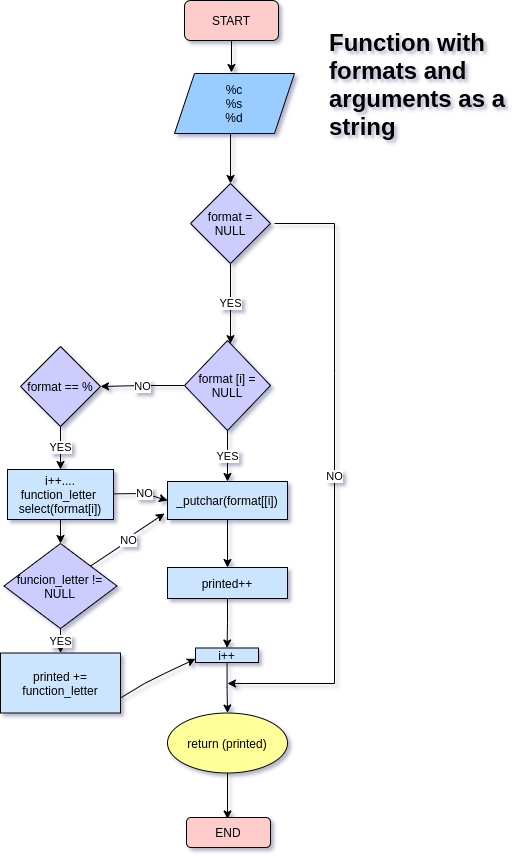
This is PRINT F - 1.drawio.png from NELSONANDREY/printf, a draw.io export, as it was before one commit. Source tidied: cells renumbered, new cells last; positions are measured from the earlier drawing's top-left corner, leaving out a move shared by most shapes.
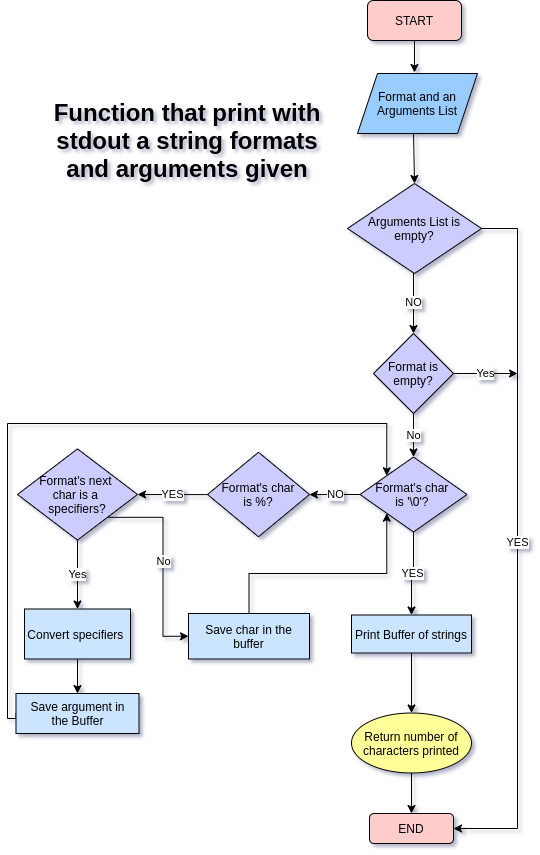
After the commit.

Change to the diagram source:
```diff
@@ -5,22 +5,21 @@
     <mxCell id="2" value="START" style="rounded=1;whiteSpace=wrap;html=1;fillColor=#FFCCCC;" parent="1" vertex="1">
       <mxGeometry x="184" width="94" height="40" as="geometry" />
     </mxCell>
-    <mxCell id="3" value="&lt;h1&gt;Function with formats and arguments as a string&lt;/h1&gt;" style="text;html=1;strokeColor=none;fillColor=none;spacing=5;spacingTop=-20;whiteSpace=wrap;overflow=hidden;rounded=0;" parent="1" vertex="1">
-      <mxGeometry x="324" y="23" width="190" height="120" as="geometry" />
+    <mxCell id="3" value="&lt;h1&gt;Function that print with stdout a string formats and arguments given&lt;/h1&gt;" style="text;html=1;strokeColor=none;fillColor=none;spacing=5;spacingTop=-20;whiteSpace=wrap;overflow=hidden;rounded=0;align=center;" parent="1" vertex="1">
+      <mxGeometry x="-146" y="93" width="300" height="120" as="geometry" />
     </mxCell>
-    <mxCell id="4" value="%c&lt;br&gt;%s&lt;br&gt;%d" style="shape=parallelogram;perimeter=parallelogramPerimeter;whiteSpace=wrap;html=1;fixedSize=1;fillColor=#99CCFF;" parent="1" vertex="1">
+    <mxCell id="4" value="Format and an Arguments List" style="shape=parallelogram;perimeter=parallelogramPerimeter;whiteSpace=wrap;html=1;fixedSize=1;fillColor=#99CCFF;" parent="1" vertex="1">
       <mxGeometry x="174" y="73" width="120" height="60" as="geometry" />
     </mxCell>
-    <mxCell id="5" value="YES" style="edgeStyle=orthogonalEdgeStyle;rounded=0;jettySize=auto;html=1;" parent="1" edge="1" source="6" target="11">
+    <mxCell id="5" value="NO" style="edgeStyle=orthogonalEdgeStyle;rounded=0;jettySize=auto;html=1;entryX=0.5;entryY=0;entryDx=0;entryDy=0;" parent="1" edge="1" source="6" target="39">
       <mxGeometry relative="1" as="geometry">
         <Array as="points">
-          <mxPoint x="230" y="303" />
-          <mxPoint x="230" y="303" />
+          <mxPoint x="230" y="223" />
         </Array>
       </mxGeometry>
     </mxCell>
-    <mxCell id="6" value="format = NULL" style="rhombus;whiteSpace=wrap;html=1;fillColor=#CCCCFF;" parent="1" vertex="1">
-      <mxGeometry x="190" y="183" width="80" height="80" as="geometry" />
+    <mxCell id="6" value="Arguments List is empty?" style="rhombus;whiteSpace=wrap;html=1;fillColor=#CCCCFF;" parent="1" vertex="1">
+      <mxGeometry x="164" y="183" width="134" height="90" as="geometry" />
     </mxCell>
     <mxCell id="7" style="endArrow=classic;html=1;rounded=0;entryX=0.558;entryY=-0.017;entryDx=0;entryDy=0;entryPerimeter=0;exitX=0.5;exitY=1;exitDx=0;exitDy=0;" parent="1" edge="1" source="2">
       <mxGeometry relative="1" as="geometry">
@@ -36,96 +35,87 @@
     <mxCell id="10" value="YES" style="edgeStyle=orthogonalEdgeStyle;rounded=0;jettySize=auto;html=1;" parent="1" edge="1" source="11" target="20">
       <mxGeometry relative="1" as="geometry" />
     </mxCell>
-    <mxCell id="11" value="format [i] = NULL" style="rhombus;whiteSpace=wrap;html=1;fillColor=#CCCCFF;" parent="1" vertex="1">
-      <mxGeometry x="184" y="340" width="86" height="90" as="geometry" />
+    <mxCell id="11" value="Format's char &lt;br&gt;is '\0'?&amp;nbsp;" style="rhombus;whiteSpace=wrap;html=1;fillColor=#CCCCFF;" parent="1" vertex="1">
+      <mxGeometry x="176.5" y="456.5" width="107" height="75" as="geometry" />
     </mxCell>
-    <mxCell id="12" value="YES" style="edgeStyle=orthogonalEdgeStyle;rounded=0;jettySize=auto;html=1;" parent="1" edge="1" source="13" target="15">
+    <mxCell id="12" value="YES" style="edgeStyle=orthogonalEdgeStyle;rounded=0;jettySize=auto;html=1;entryX=1;entryY=0.5;entryDx=0;entryDy=0;" parent="1" edge="1" source="13" target="42">
       <mxGeometry relative="1" as="geometry" />
     </mxCell>
-    <mxCell id="13" value="format == %" style="rhombus;whiteSpace=wrap;html=1;fillColor=#CCCCFF;" parent="1" vertex="1">
-      <mxGeometry x="20" y="346" width="80" height="80" as="geometry" />
+    <mxCell id="13" value="Format's char&lt;br&gt;is %?" style="rhombus;whiteSpace=wrap;html=1;fillColor=#CCCCFF;" parent="1" vertex="1">
+      <mxGeometry x="24" y="451.8" width="102" height="84.5" as="geometry" />
     </mxCell>
-    <mxCell id="14" style="edgeStyle=orthogonalEdgeStyle;rounded=0;jettySize=auto;html=1;" parent="1" edge="1" source="15" target="17">
-      <mxGeometry relative="1" as="geometry" />
-    </mxCell>
+    <mxCell id="33" style="edgeStyle=orthogonalEdgeStyle;rounded=0;jettySize=auto;html=1;entryX=0;entryY=0;entryDx=0;entryDy=0;exitX=0;exitY=0.5;exitDx=0;exitDy=0;" parent="1" edge="1" source="43" target="11">
+      <mxGeometry relative="1" as="geometry">
+        <Array as="points">
+          <mxPoint x="-176" y="718" />
+          <mxPoint x="-176" y="423" />
+          <mxPoint x="203" y="423" />
+        </Array>
+      </mxGeometry>
+    </mxCell>
+    <mxCell id="34" style="edgeStyle=orthogonalEdgeStyle;rounded=0;jettySize=auto;html=1;entryX=0.5;entryY=0;entryDx=0;entryDy=0;" parent="1" edge="1" source="15" target="43">
+      <mxGeometry relative="1" as="geometry" />
+    </mxCell>
-    <mxCell id="15" value="i++....&lt;br&gt;function_letter&amp;nbsp; select(format[i])" style="whiteSpace=wrap;html=1;fillColor=#CCE5FF;" parent="1" vertex="1">
-      <mxGeometry x="7" y="469" width="106" height="50" as="geometry" />
+    <mxCell id="15" value="Convert specifiers&amp;nbsp;" style="whiteSpace=wrap;html=1;fillColor=#CCE5FF;" parent="1" vertex="1">
+      <mxGeometry x="-159" y="608.5" width="106" height="50" as="geometry" />
     </mxCell>
-    <mxCell id="16" value="YES" style="edgeStyle=orthogonalEdgeStyle;rounded=0;jettySize=auto;html=1;" parent="1" edge="1" source="17" target="18">
-      <mxGeometry relative="1" as="geometry" />
-    </mxCell>
-    <mxCell id="17" value="&lt;span&gt;funcion_letter != NULL&lt;/span&gt;" style="rhombus;whiteSpace=wrap;html=1;fillColor=#CCCCFF;" parent="1" vertex="1">
-      <mxGeometry x="3.5" y="543" width="113" height="85" as="geometry" />
-    </mxCell>
+    <mxCell id="35" style="edgeStyle=orthogonalEdgeStyle;rounded=0;jettySize=auto;html=1;entryX=0;entryY=1;entryDx=0;entryDy=0;" parent="1" edge="1" source="18" target="11">
+      <mxGeometry relative="1" as="geometry">
+        <Array as="points">
+          <mxPoint x="66" y="573" />
+          <mxPoint x="203" y="573" />
+        </Array>
+      </mxGeometry>
+    </mxCell>
-    <mxCell id="18" value="&lt;span&gt;printed +=&lt;/span&gt;&lt;br&gt;&lt;span&gt;function_letter&lt;/span&gt;" style="whiteSpace=wrap;html=1;fillColor=#CCE5FF;" parent="1" vertex="1">
-      <mxGeometry y="652.5" width="120" height="60" as="geometry" />
+    <mxCell id="18" value="Save char in the buffer" style="whiteSpace=wrap;html=1;fillColor=#CCE5FF;" parent="1" vertex="1">
+      <mxGeometry x="5" y="613" width="121" height="45.5" as="geometry" />
     </mxCell>
-    <mxCell id="19" style="edgeStyle=orthogonalEdgeStyle;rounded=0;jettySize=auto;html=1;" parent="1" edge="1" source="20" target="22">
-      <mxGeometry relative="1" as="geometry" />
-    </mxCell>
+    <mxCell id="36" style="edgeStyle=orthogonalEdgeStyle;rounded=0;jettySize=auto;html=1;entryX=0.5;entryY=0;entryDx=0;entryDy=0;" parent="1" edge="1" source="20" target="26">
+      <mxGeometry relative="1" as="geometry" />
+    </mxCell>
-    <mxCell id="20" value="_putchar(format[[i])" style="whiteSpace=wrap;html=1;fillColor=#CCE5FF;" parent="1" vertex="1">
-      <mxGeometry x="167" y="481" width="120" height="38" as="geometry" />
+    <mxCell id="20" value="Print Buffer of strings" style="whiteSpace=wrap;html=1;fillColor=#CCE5FF;" parent="1" vertex="1">
+      <mxGeometry x="168" y="614.5" width="120" height="38" as="geometry" />
     </mxCell>
-    <mxCell id="21" style="edgeStyle=orthogonalEdgeStyle;rounded=0;jettySize=auto;html=1;" parent="1" edge="1" source="22" target="24">
-      <mxGeometry relative="1" as="geometry" />
-    </mxCell>
-    <mxCell id="22" value="printed++" style="whiteSpace=wrap;html=1;fillColor=#CCE5FF;" parent="1" vertex="1">
-      <mxGeometry x="167" y="567" width="120" height="31" as="geometry" />
-    </mxCell>
-    <mxCell id="23" style="edgeStyle=orthogonalEdgeStyle;rounded=0;jettySize=auto;html=1;" parent="1" edge="1" source="24" target="26">
-      <mxGeometry relative="1" as="geometry" />
-    </mxCell>
-    <mxCell id="24" value="i++" style="whiteSpace=wrap;html=1;fillColor=#CCE5FF;" parent="1" vertex="1">
-      <mxGeometry x="195" y="647.5" width="63" height="14.5" as="geometry" />
-    </mxCell>
-    <mxCell id="25" style="edgeStyle=orthogonalEdgeStyle;rounded=0;jettySize=auto;html=1;" parent="1" edge="1" source="26">
-      <mxGeometry relative="1" as="geometry">
-        <mxPoint x="227" y="818.5" as="targetPoint" />
-      </mxGeometry>
+    <mxCell id="25" style="edgeStyle=orthogonalEdgeStyle;rounded=0;jettySize=auto;html=1;entryX=0.5;entryY=0;entryDx=0;entryDy=0;" parent="1" edge="1" source="26" target="30">
+      <mxGeometry relative="1" as="geometry" />
     </mxCell>
-    <mxCell id="26" value="return (printed)" style="ellipse;whiteSpace=wrap;html=1;fillColor=#FFFF99;" parent="1" vertex="1">
-      <mxGeometry x="167" y="712.5" width="120" height="60" as="geometry" />
+    <mxCell id="26" value="Return number of characters printed" style="ellipse;whiteSpace=wrap;html=1;fillColor=#FFFF99;" parent="1" vertex="1">
+      <mxGeometry x="168" y="712.5" width="120" height="60" as="geometry" />
     </mxCell>
-    <mxCell id="27" value="NO" style="endArrow=classic;html=1;rounded=0;" parent="1" edge="1">
+    <mxCell id="27" value="YES" style="endArrow=classic;html=1;rounded=0;entryX=1;entryY=0.5;entryDx=0;entryDy=0;exitX=1;exitY=0.5;exitDx=0;exitDy=0;" parent="1" edge="1" source="6" target="30">
       <mxGeometry relative="1" as="geometry">
-        <mxPoint x="274" y="223" as="sourcePoint" />
-        <mxPoint x="227" y="683" as="targetPoint" />
         <Array as="points">
-          <mxPoint x="334" y="223" />
+          <mxPoint x="334" y="228" />
           <mxPoint x="334" y="373" />
-          <mxPoint x="334" y="683" />
+          <mxPoint x="334" y="828" />
         </Array>
       </mxGeometry>
     </mxCell>
-    <mxCell id="28" value="NO" style="endArrow=classic;html=1;rounded=0;entryX=0;entryY=0.5;entryDx=0;entryDy=0;" parent="1" edge="1" source="15" target="20">
-      <mxGeometry x="0.13" relative="1" as="geometry">
-        <Array as="points">
-          <mxPoint x="144" y="493" />
-        </Array>
-      </mxGeometry>
-    </mxCell>
-    <mxCell id="29" style="endArrow=classic;html=1;rounded=0;entryX=0;entryY=0.75;entryDx=0;entryDy=0;exitX=1;exitY=0.75;exitDx=0;exitDy=0;" parent="1" edge="1" source="18" target="24">
-      <mxGeometry relative="1" as="geometry">
-        <Array as="points">
-          <mxPoint x="144" y="683" />
-          <mxPoint x="164" y="673" />
-        </Array>
-      </mxGeometry>
-    </mxCell>
     <mxCell id="30" value="END" style="rounded=1;whiteSpace=wrap;html=1;fillColor=#FFCCCC;" parent="1" vertex="1">
-      <mxGeometry x="186" y="817" width="84" height="30" as="geometry" />
+      <mxGeometry x="186" y="813" width="84" height="30" as="geometry" />
     </mxCell>
-    <mxCell id="31" style="endArrow=classic;html=1;rounded=0;" parent="1" edge="1" source="17">
-      <mxGeometry relative="1" as="geometry">
-        <mxPoint x="164" y="513" as="targetPoint" />
-        <Array as="points">
-          <mxPoint x="124" y="543" />
-          <mxPoint x="134" y="533" />
-        </Array>
-      </mxGeometry>
-    </mxCell>
-    <mxCell id="32" value="NO" style="edgeLabel;html=1;align=center;verticalAlign=middle;fillColor=#FFFF99;" parent="31" vertex="1">
-      <mxGeometry relative="1" as="geometry" />
-    </mxCell>
+    <mxCell id="37" value="Yes" style="edgeStyle=orthogonalEdgeStyle;rounded=0;jettySize=auto;html=1;" parent="1" edge="1" source="39">
+      <mxGeometry relative="1" as="geometry">
+        <mxPoint x="334" y="373" as="targetPoint" />
+      </mxGeometry>
+    </mxCell>
+    <mxCell id="38" value="No" style="edgeStyle=orthogonalEdgeStyle;rounded=0;jettySize=auto;html=1;entryX=0.5;entryY=0;entryDx=0;entryDy=0;" parent="1" edge="1" source="39" target="11">
+      <mxGeometry relative="1" as="geometry" />
+    </mxCell>
+    <mxCell id="39" value="Format is empty?" style="rhombus;whiteSpace=wrap;html=1;fillColor=#CCCCFF;" parent="1" vertex="1">
+      <mxGeometry x="190" y="333" width="80" height="80" as="geometry" />
+    </mxCell>
+    <mxCell id="40" value="Yes" style="edgeStyle=orthogonalEdgeStyle;rounded=0;jettySize=auto;html=1;exitX=0.5;exitY=1;exitDx=0;exitDy=0;entryX=0.5;entryY=0;entryDx=0;entryDy=0;" parent="1" edge="1" source="42" target="15">
+      <mxGeometry relative="1" as="geometry" />
+    </mxCell>
+    <mxCell id="41" value="No" style="edgeStyle=orthogonalEdgeStyle;rounded=0;jettySize=auto;html=1;exitX=1;exitY=1;exitDx=0;exitDy=0;entryX=0;entryY=0.5;entryDx=0;entryDy=0;" parent="1" edge="1" source="42" target="18">
+      <mxGeometry relative="1" as="geometry" />
+    </mxCell>
+    <mxCell id="42" value="Format's next &lt;br&gt;char is a &lt;br&gt;specifiers?" style="rhombus;whiteSpace=wrap;html=1;fillColor=#CCCCFF;" parent="1" vertex="1">
+      <mxGeometry x="-166" y="448.4" width="120" height="91.2" as="geometry" />
+    </mxCell>
+    <mxCell id="43" value="Save argument in&lt;br&gt;the Buffer" style="whiteSpace=wrap;html=1;fillColor=#CCE5FF;" parent="1" vertex="1">
+      <mxGeometry x="-167.5" y="693" width="123" height="40" as="geometry" />
+    </mxCell>
   </root>
 </mxGraphModel>
```
